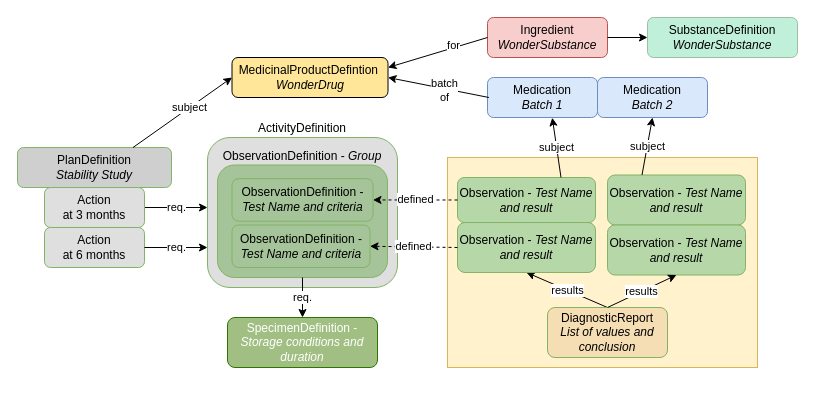
Above: input/images-source/stability_FHIR_resources.drawio in HL7/uv-dx-pq (draw.io), before the change. Source tidied: cells renumbered, new cells numbered last; positions are measured from the earlier drawing's top-left corner, leaving out a move shared by most shapes. Both pictures are drawn from the tidied source at 100%, with x=0, y=0 at pixel (17, 17).
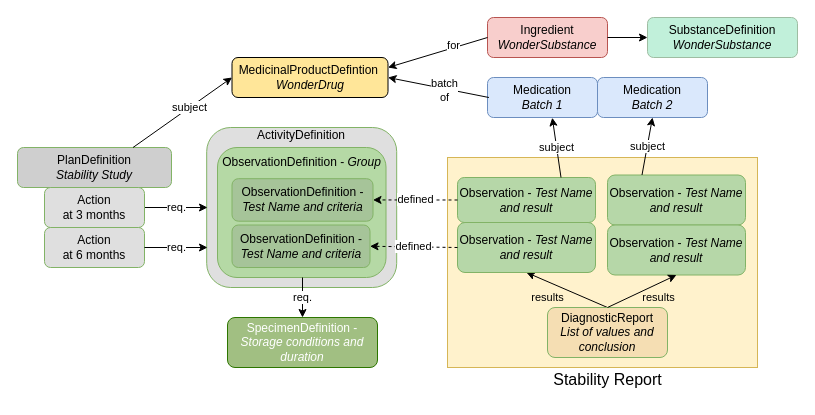
The same diagram, later.

Commit message:
slight update to show act def better and add a caption on the report

The change refers to these unchanged cells:
```xml
<mxCell id="9" value="DiagnosticReport&lt;br&gt;&lt;i&gt;List of values and conclusion&lt;/i&gt;" style="rounded=1;whiteSpace=wrap;html=1;fontSize=12;glass=0;strokeWidth=1;shadow=0;fillColor=#F5DEB3;strokeColor=#82b366;" parent="1" vertex="1">
  <mxGeometry x="530" y="290" width="120" height="50" as="geometry" />
</mxCell>
<mxCell id="15" value="Observation - &lt;i&gt;Test Name and result&lt;/i&gt;" style="rounded=1;whiteSpace=wrap;html=1;fontSize=12;glass=0;strokeWidth=1;shadow=0;fillColor=#b6d7a8;strokeColor=#82b366;" parent="1" vertex="1">
  <mxGeometry x="440" y="205" width="138" height="50" as="geometry" />
</mxCell>
<mxCell id="24" value="Observation - &lt;i&gt;Test Name and result&lt;/i&gt;" style="rounded=1;whiteSpace=wrap;html=1;fontSize=12;glass=0;strokeWidth=1;shadow=0;fillColor=#b6d7a8;strokeColor=#82b366;" parent="1" vertex="1">
  <mxGeometry x="590" y="207.5" width="138" height="50" as="geometry" />
</mxCell>
```

Diff of the diagram source:
```diff
@@
-    <mxCell id="2" value="ActivityDefinition" style="rounded=1;whiteSpace=wrap;html=1;fontSize=12;glass=0;strokeWidth=1;shadow=0;fillColor=#dfdfdf;strokeColor=#82b366;labelPosition=center;verticalLabelPosition=top;align=center;verticalAlign=bottom;" parent="1" vertex="1">
-      <mxGeometry x="190" y="120" width="190" height="150" as="geometry" />
+    <mxCell id="2" value="ActivityDefinition&lt;br&gt;&lt;br&gt;&lt;br&gt;&lt;br&gt;&lt;br&gt;&lt;br&gt;&lt;br&gt;&lt;br&gt;&lt;br&gt;&lt;br&gt;&lt;br&gt;" style="rounded=1;whiteSpace=wrap;html=1;fontSize=12;glass=0;strokeWidth=1;shadow=0;fillColor=#dfdfdf;strokeColor=#82b366;labelPosition=center;verticalLabelPosition=middle;align=center;verticalAlign=middle;" parent="1" vertex="1">
+      <mxGeometry x="189.2" y="110" width="190" height="160" as="geometry" />
     </mxCell>
-    <mxCell id="3" value="ObservationDefinition - &lt;i&gt;Group&lt;/i&gt;" style="rounded=1;whiteSpace=wrap;html=1;fontSize=12;glass=0;strokeWidth=1;shadow=0;fillColor=#A6C499;strokeColor=#82b366;labelPosition=center;verticalLabelPosition=top;align=center;verticalAlign=bottom;" parent="1" vertex="1">
-      <mxGeometry x="200" y="147.5" width="170" height="112.5" as="geometry" />
+    <mxCell id="3" value="ObservationDefinition - &lt;i&gt;Group&lt;br&gt;&lt;br&gt;&lt;br&gt;&lt;br&gt;&lt;br&gt;&lt;br&gt;&lt;br&gt;&lt;br&gt;&lt;/i&gt;" style="rounded=1;whiteSpace=wrap;html=1;fontSize=12;glass=0;strokeWidth=1;shadow=0;fillColor=#b5d9a5;strokeColor=#82b366;labelPosition=center;verticalLabelPosition=middle;align=center;verticalAlign=middle;" parent="1" vertex="1">
+      <mxGeometry x="200" y="130" width="168.5" height="130" as="geometry" />
     </mxCell>
@@
-    <mxCell id="5" value="results" style="endArrow=classic;html=1;rounded=0;exitX=0.5;exitY=0;exitDx=0;exitDy=0;entryX=0.5;entryY=1;entryDx=0;entryDy=0;" parent="1" edge="1" source="9" target="15">
-      <mxGeometry relative="1" as="geometry" />
+    <mxCell id="5" value="results" style="endArrow=classic;html=1;rounded=0;exitX=0.5;exitY=0;exitDx=0;exitDy=0;entryX=0.5;entryY=1;entryDx=0;entryDy=0;labelBackgroundColor=none;" parent="1" edge="1" source="9" target="15">
+      <mxGeometry x="0.34" y="15" relative="1" as="geometry" />
     </mxCell>
@@
-    <mxCell id="25" value="results" style="endArrow=classic;html=1;rounded=0;exitX=0.5;exitY=0;exitDx=0;exitDy=0;entryX=0.5;entryY=1;entryDx=0;entryDy=0;" parent="1" edge="1" source="9" target="24">
-      <mxGeometry relative="1" as="geometry" />
+    <mxCell id="25" value="results" style="endArrow=classic;html=1;rounded=0;exitX=0.5;exitY=0;exitDx=0;exitDy=0;entryX=0.5;entryY=1;entryDx=0;entryDy=0;labelBackgroundColor=none;" parent="1" edge="1" source="9" target="24">
+      <mxGeometry x="0.3" y="-12" relative="1" as="geometry">
+        <mxPoint x="1" as="offset" />
+      </mxGeometry>
     </mxCell>
@@
+    <mxCell id="36" value="&lt;font style=&quot;font-size: 16px;&quot;&gt;Stability Report&lt;/font&gt;" style="text;strokeColor=none;fillColor=none;html=1;fontSize=24;fontStyle=0;verticalAlign=middle;align=center;" parent="1" vertex="1">
+      <mxGeometry x="540" y="340" width="100" height="40" as="geometry" />
+    </mxCell>
```
